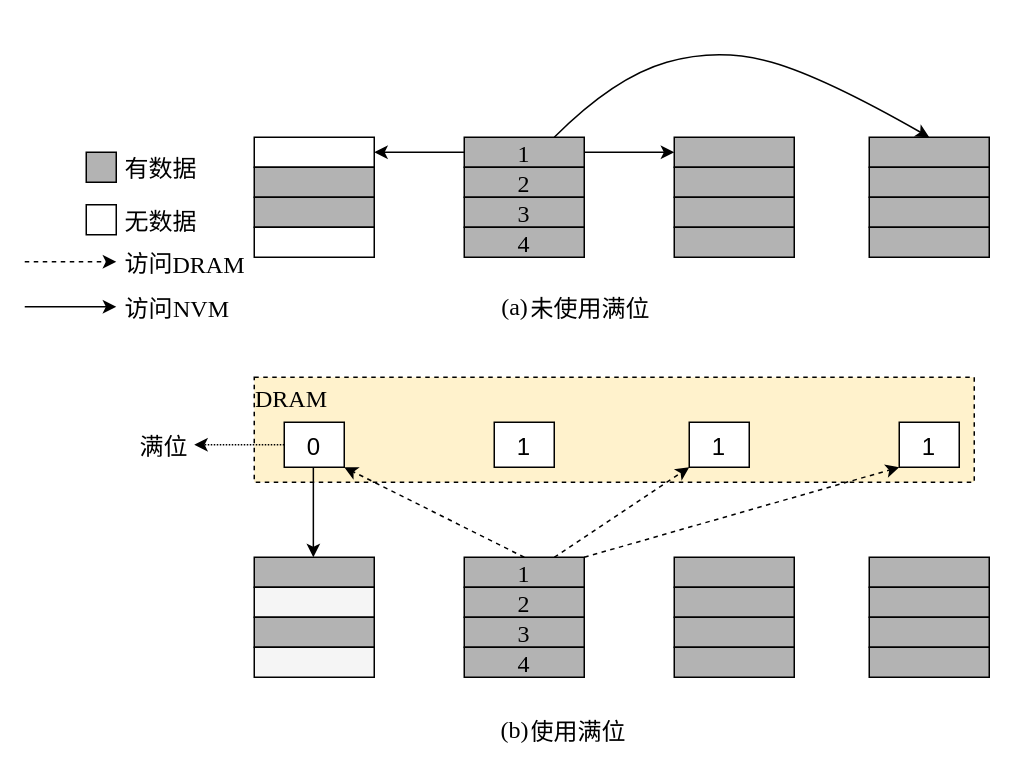
HustDsy/Picture keeps this draw.io diagram as page "使用满位与不使用" (5 of 18) of 毕业论文.drawio. Above is the earlier version. Source tidied: cells renumbered, new cells numbered last; positions are measured from the earlier drawing's top-left corner, leaving out a move shared by most shapes. Both pictures are drawn from the tidied source at 150%, with x=0, y=0 at pixel (24, 46).
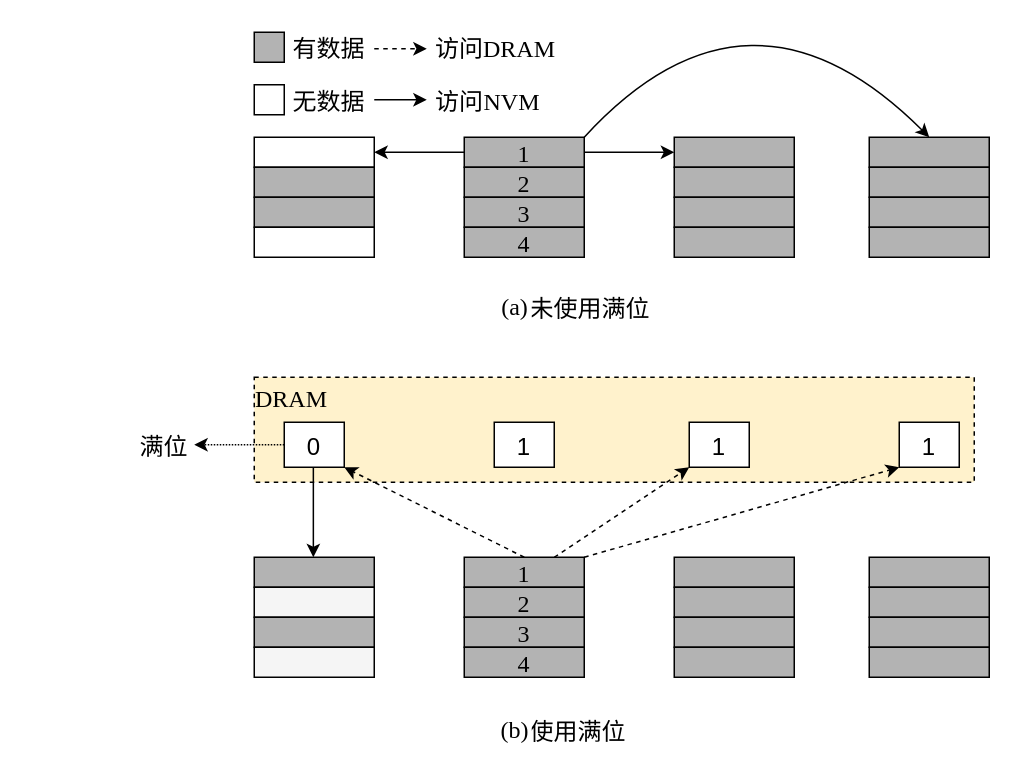
Above is the later version.

Unchanged cells that the change refers to:
```xml
<mxCell id="5" value="1" style="rounded=0;fontFamily=Times New Roman;fontSize=16;fillColor=#B3B3B3;strokeColor=#000000;" parent="1" vertex="1">
  <mxGeometry x="293" y="60" width="80" height="20" as="geometry" />
</mxCell>
<mxCell id="13" style="rounded=0;fillColor=#B3B3B3;fontColor=#333333;strokeColor=#000000;fontSize=16;" parent="1" vertex="1">
  <mxGeometry x="563" y="60" width="80" height="20" as="geometry" />
</mxCell>
```

Diff of the diagram source:
```diff
@@
-    <mxCell id="42" style="endArrow=classic;curved=1;entryX=0.5;entryY=0;entryDx=0;entryDy=0;exitX=0.75;exitY=0;exitDx=0;exitDy=0;fontSize=16;" parent="1" edge="1" source="5" target="13">
-      <mxGeometry relative="1" as="geometry">
-        <Array as="points">
-          <mxPoint x="393" y="20" />
-          <mxPoint x="463" />
-          <mxPoint x="533" y="20" />
-        </Array>
-      </mxGeometry>
-    </mxCell>
@@
     <mxCell id="46" style="rounded=0;fillColor=#B3B3B3;fontColor=#333333;strokeColor=#000000;fontSize=16;" parent="1" vertex="1">
-      <mxGeometry x="41" y="70" width="20" height="20" as="geometry" />
+      <mxGeometry x="153" y="-10" width="20" height="20" as="geometry" />
     </mxCell>
     <mxCell id="47" style="rounded=0;strokeColor=#000000;fontSize=16;" parent="1" vertex="1">
-      <mxGeometry x="41" y="105" width="20" height="20" as="geometry" />
+      <mxGeometry x="153" y="25" width="20" height="20" as="geometry" />
     </mxCell>
     <mxCell id="48" value="有数据" style="text;strokeColor=none;fillColor=none;align=center;verticalAlign=middle;rounded=0;dashed=1;fontSize=16;fontFamily=简宋;" parent="1" vertex="1">
-      <mxGeometry x="61" y="65" width="60" height="30" as="geometry" />
+      <mxGeometry x="173" y="-15" width="60" height="30" as="geometry" />
     </mxCell>
     <mxCell id="49" value="无数据" style="text;strokeColor=none;fillColor=none;align=center;verticalAlign=middle;rounded=0;dashed=1;fontSize=16;fontFamily=简宋;" parent="1" vertex="1">
-      <mxGeometry x="61" y="100" width="60" height="30" as="geometry" />
+      <mxGeometry x="173" y="20" width="60" height="30" as="geometry" />
     </mxCell>
-    <mxCell id="50" style="orthogonalLoop=1;jettySize=auto;exitX=1;exitY=0;exitDx=0;exitDy=0;dashed=1;fontSize=16;" parent="1" edge="1">
+    <mxCell id="50" style="orthogonalLoop=1;jettySize=auto;dashed=1;fontSize=16;" parent="1" edge="1">
       <mxGeometry relative="1" as="geometry">
-        <mxPoint y="143" as="sourcePoint" />
-        <mxPoint x="61" y="143" as="targetPoint" />
+        <mxPoint x="233" y="1" as="sourcePoint" />
+        <mxPoint x="268" y="1" as="targetPoint" />
       </mxGeometry>
     </mxCell>
     <mxCell id="51" value="访问" style="text;strokeColor=none;fillColor=none;align=center;verticalAlign=middle;rounded=0;dashed=1;fontSize=16;fontFamily=简宋;" parent="1" vertex="1">
-      <mxGeometry x="43" y="128" width="80" height="30" as="geometry" />
+      <mxGeometry x="250" y="-15" width="80" height="30" as="geometry" />
     </mxCell>
-    <mxCell id="52" style="orthogonalLoop=1;jettySize=auto;exitX=1;exitY=0;exitDx=0;exitDy=0;fontSize=16;" parent="1" edge="1">
+    <mxCell id="52" style="orthogonalLoop=1;jettySize=auto;fontSize=16;" parent="1" edge="1">
       <mxGeometry relative="1" as="geometry">
-        <mxPoint y="173" as="sourcePoint" />
-        <mxPoint x="61" y="173" as="targetPoint" />
+        <mxPoint x="233" y="35" as="sourcePoint" />
+        <mxPoint x="268" y="35" as="targetPoint" />
       </mxGeometry>
     </mxCell>
     <mxCell id="53" value="访问" style="text;strokeColor=none;fillColor=none;align=center;verticalAlign=middle;rounded=0;dashed=1;fontSize=16;fontFamily=简宋;" parent="1" vertex="1">
-      <mxGeometry x="43" y="158" width="80" height="30" as="geometry" />
+      <mxGeometry x="250" y="20" width="80" height="30" as="geometry" />
     </mxCell>
@@
     <mxCell id="58" value="NVM" style="text;align=center;verticalAlign=middle;strokeColor=none;fillColor=none;fontSize=16;fontFamily=Times New Roman;" parent="1" vertex="1">
-      <mxGeometry x="93" y="163" width="50" height="20" as="geometry" />
+      <mxGeometry x="300" y="25" width="50" height="20" as="geometry" />
     </mxCell>
     <mxCell id="59" value="DRAM" style="text;align=center;verticalAlign=middle;strokeColor=none;fillColor=none;fontSize=16;fontFamily=Times New Roman;" parent="1" vertex="1">
-      <mxGeometry x="93" y="134" width="60" height="20" as="geometry" />
+      <mxGeometry x="300" y="-10" width="60" height="20" as="geometry" />
     </mxCell>
@@
+    <mxCell id="42" style="endArrow=classic;html=1;fontFamily=简宋;fontSize=16;curved=1;entryX=0.5;entryY=0;entryDx=0;entryDy=0;exitX=1;exitY=0;exitDx=0;exitDy=0;" parent="1" edge="1" source="5" target="13">
+      <mxGeometry relative="1" as="geometry">
+        <Array as="points">
+          <mxPoint x="483" y="-60" />
+        </Array>
+      </mxGeometry>
+    </mxCell>
```
